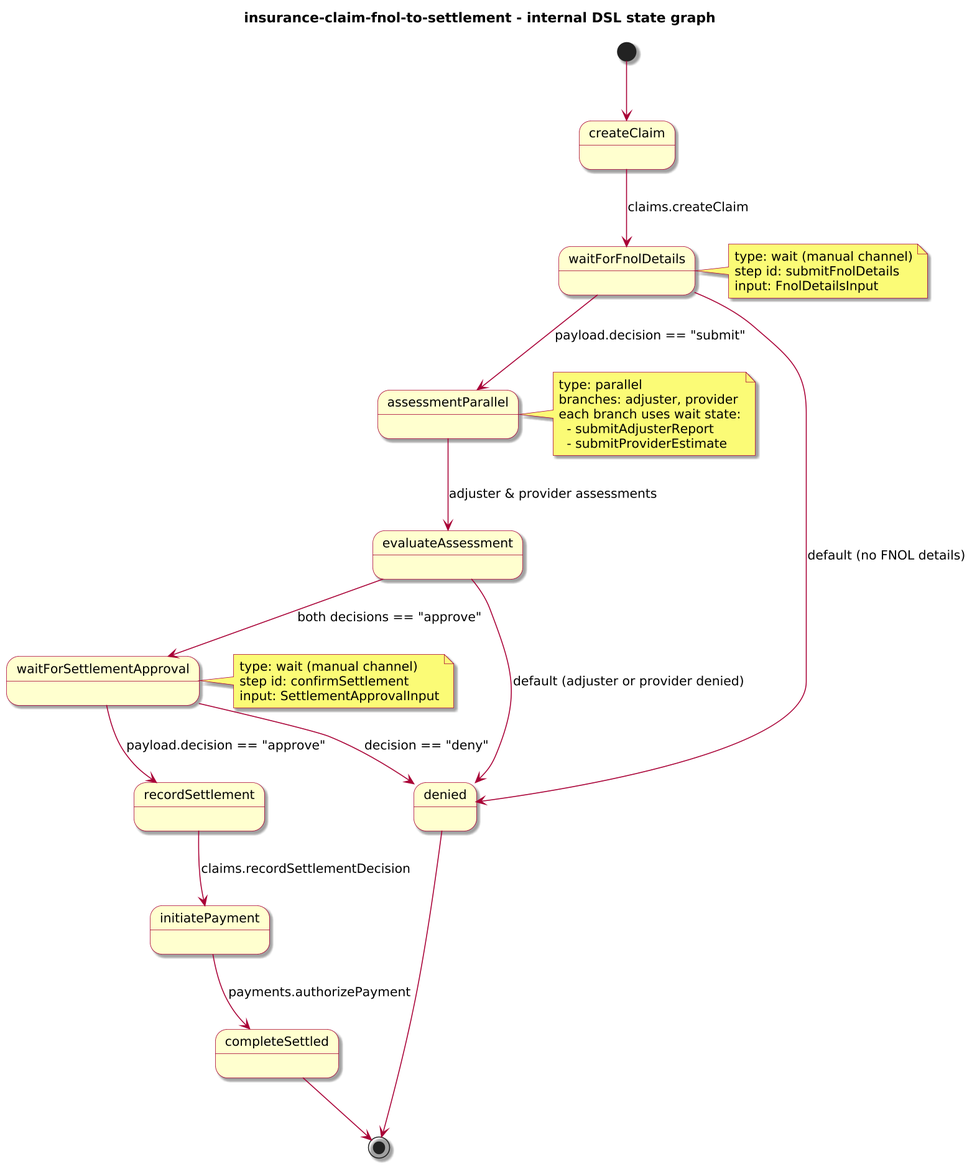
Above: docs/3-reference/examples/business/insurance-claim-fnol-to-settlement/diagrams/insurance-claim-fnol-to-settlement-internal-state.png in ivanstambuk/journeyforge (PlantUML), before the change. The source it was exported from:
```plantuml
@startuml
!include journey-diagram-theme.puml
title insurance-claim-fnol-to-settlement - internal DSL state graph

[*] --> createClaim

state createClaim
state waitForFnolDetails
state assessmentParallel
state evaluateAssessment
state waitForSettlementApproval
state recordSettlement
state initiatePayment
state completeSettled
state denied

createClaim --> waitForFnolDetails : claims.createClaim

waitForFnolDetails --> assessmentParallel : payload.decision == "submit"
waitForFnolDetails --> denied : default (no FNOL details)

assessmentParallel --> evaluateAssessment : adjuster & provider assessments

evaluateAssessment --> waitForSettlementApproval : both decisions == "approve"
evaluateAssessment --> denied : default (adjuster or provider denied)

waitForSettlementApproval --> recordSettlement : payload.decision == "approve"
waitForSettlementApproval --> denied : decision == "deny"

recordSettlement --> initiatePayment : claims.recordSettlementDecision
initiatePayment --> completeSettled : payments.authorizePayment

completeSettled --> [*]
denied --> [*]

note right of waitForFnolDetails
  type: wait (manual channel)
  step id: submitFnolDetails
  input: FnolDetailsInput
end note

note right of assessmentParallel
  type: parallel
  branches: adjuster, provider
  each branch uses wait state:
    - submitAdjusterReport
    - submitProviderEstimate
end note

note right of waitForSettlementApproval
  type: wait (manual channel)
  step id: confirmSettlement
  input: SettlementApprovalInput
end note

@enduml
```
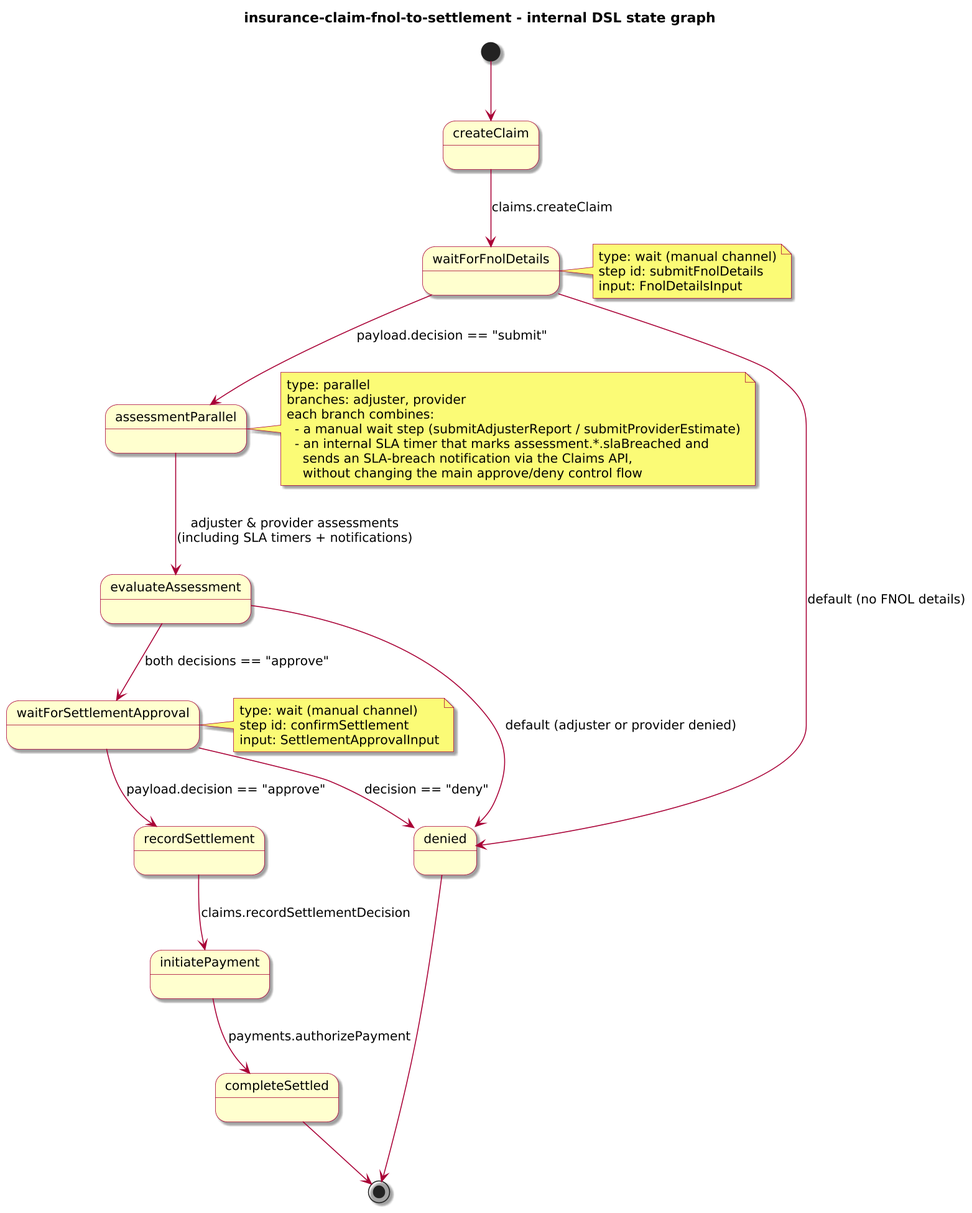
The same diagram one commit later.

The edit, as a diff of the source:
```diff
@@ -19,7 +19,7 @@
 waitForFnolDetails --> assessmentParallel : payload.decision == "submit"
 waitForFnolDetails --> denied : default (no FNOL details)
 
-assessmentParallel --> evaluateAssessment : adjuster & provider assessments
+assessmentParallel --> evaluateAssessment : adjuster & provider assessments\n(including SLA timers + notifications)
 
 evaluateAssessment --> waitForSettlementApproval : both decisions == "approve"
 evaluateAssessment --> denied : default (adjuster or provider denied)
@@ -42,9 +42,11 @@
 note right of assessmentParallel
   type: parallel
   branches: adjuster, provider
-  each branch uses wait state:
-    - submitAdjusterReport
-    - submitProviderEstimate
+  each branch combines:
+    - a manual wait step (submitAdjusterReport / submitProviderEstimate)
+    - an internal SLA timer that marks assessment.*.slaBreached and
+      sends an SLA-breach notification via the Claims API,
+      without changing the main approve/deny control flow
 end note
 
 note right of waitForSettlementApproval
```
